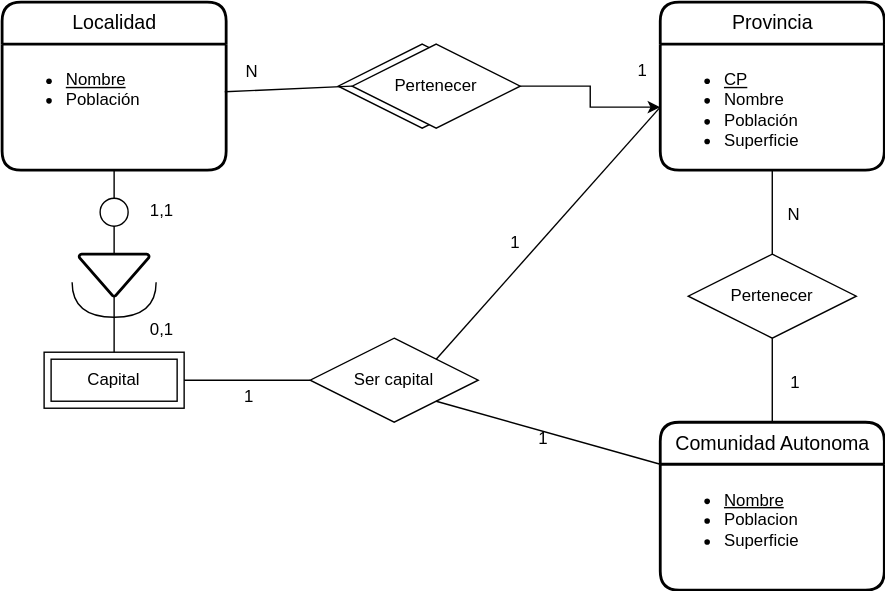
Earlier version of the draw.io export UD12-3.svg (Jimxx22/C3-UD11-UML). Source tidied: cells renumbered, new cells last; positions are measured from the earlier drawing's top-left corner, leaving out a move shared by most shapes.
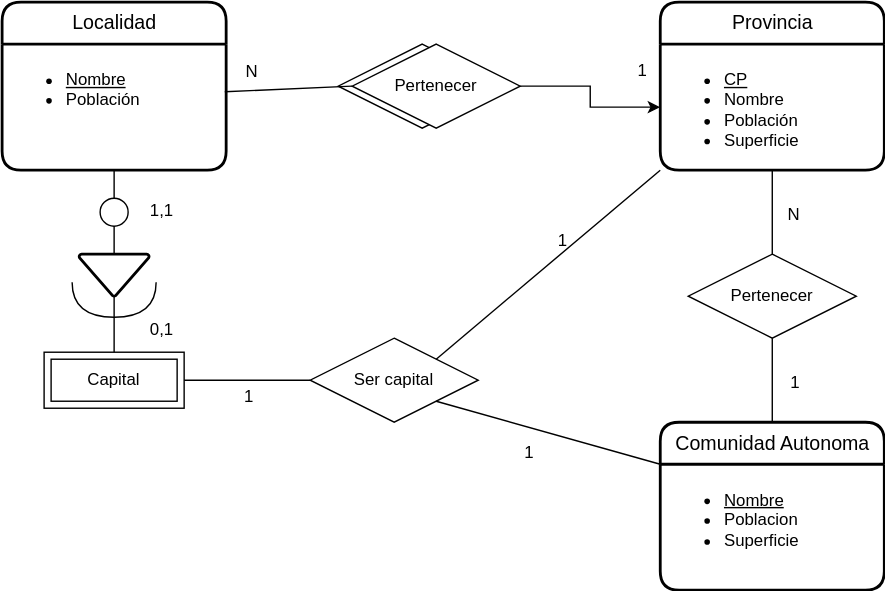
Later version of the same file.

Diff of the diagram source:
```diff
@@ -82,7 +82,7 @@
     </mxCell>
     <mxCell id="26" value="1" style="html=1;align=right;verticalAlign=bottom;" parent="25" vertex="1">
       <mxGeometry x="1" relative="1" as="geometry">
-        <mxPoint x="-80" y="-10" as="offset" />
+        <mxPoint x="-90" as="offset" />
       </mxGeometry>
     </mxCell>
     <mxCell id="27" style="edgeStyle=orthogonalEdgeStyle;rounded=0;jettySize=auto;html=1;exitX=1;exitY=0.5;exitDx=0;exitDy=0;entryX=0;entryY=0.5;entryDx=0;entryDy=0;" parent="1" edge="1" source="29" target="20">
@@ -91,17 +91,17 @@
     <mxCell id="28" value="Relationship" style="shape=rhombus;perimeter=rhombusPerimeter;whiteSpace=wrap;html=1;align=center;" parent="1" vertex="1">
       <mxGeometry x="240" y="30" width="120" height="60" as="geometry" />
     </mxCell>
+    <mxCell id="31" value="1" style="html=1;align=right;verticalAlign=bottom;" parent="1" vertex="1">
+      <mxGeometry x="389.8" y="339.9" as="geometry">
+        <mxPoint x="14" y="-161" as="offset" />
+      </mxGeometry>
+    </mxCell>
     <mxCell id="29" value="Pertenecer" style="shape=rhombus;perimeter=rhombusPerimeter;whiteSpace=wrap;html=1;align=center;" parent="1" vertex="1">
       <mxGeometry x="250" y="30" width="120" height="60" as="geometry" />
     </mxCell>
-    <mxCell id="30" style="endArrow=none;html=1;rounded=0;exitX=1;exitY=0;exitDx=0;exitDy=0;entryX=0;entryY=0.5;entryDx=0;entryDy=0;" parent="1" edge="1" source="18" target="20">
+    <mxCell id="30" style="endArrow=none;html=1;rounded=0;exitX=1;exitY=0;exitDx=0;exitDy=0;entryX=0;entryY=1;entryDx=0;entryDy=0;" parent="1" edge="1" source="18" target="20">
       <mxGeometry relative="1" as="geometry" />
     </mxCell>
-    <mxCell id="31" value="1" style="html=1;align=right;verticalAlign=bottom;" parent="30" vertex="1">
-      <mxGeometry x="1" relative="1" as="geometry">
-        <mxPoint x="-100" y="105" as="offset" />
-      </mxGeometry>
-    </mxCell>
     <mxCell id="32" style="endArrow=none;html=1;rounded=0;entryX=0.994;entryY=0.378;entryDx=0;entryDy=0;exitX=0;exitY=0.5;exitDx=0;exitDy=0;entryPerimeter=0;" parent="1" edge="1" source="29" target="3">
       <mxGeometry relative="1" as="geometry" />
     </mxCell>
```
